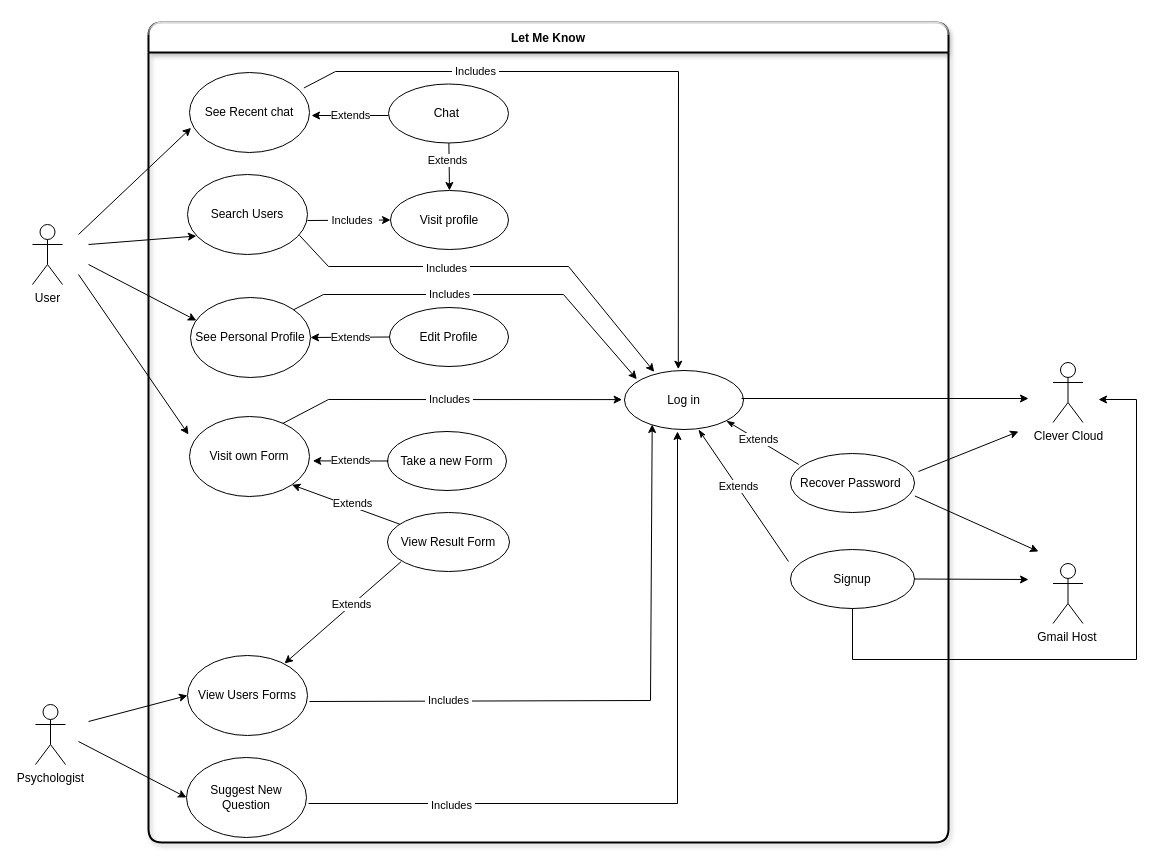
projectISPW/sonarCloudTest keeps this draw.io diagram as Deliverables/Diagrams/UCDiagramFra.drawio. Above is the earlier version. Source tidied: cells renumbered, new cells numbered last; positions are measured from the earlier drawing's top-left corner, leaving out a move shared by most shapes. Both pictures are drawn from the tidied source at 100%, with x=0, y=0 at pixel (32, 22).
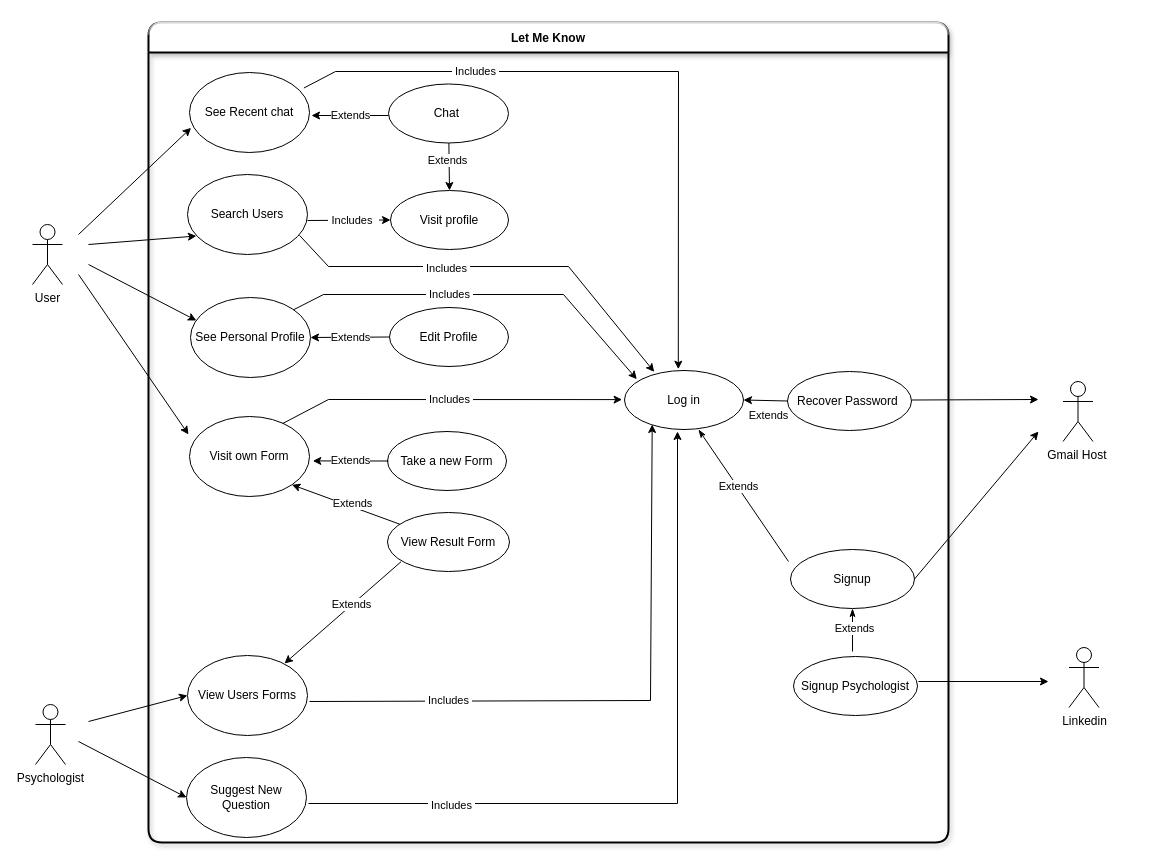
The same diagram, later.

The change refers to these unchanged cells:
```xml
<mxCell id="2" value="Let Me Know" style="swimlane;startSize=30;perimeterSpacing=6;swimlaneFillColor=none;rounded=1;shadow=1;glass=1;sketch=0;strokeWidth=2;" parent="1" vertex="1">
  <mxGeometry x="116" width="800" height="820" as="geometry" />
</mxCell>
<mxCell id="13" value="Log in" style="ellipse;whiteSpace=wrap;html=1;" parent="1" vertex="1">
  <mxGeometry x="592" y="348" width="119" height="59" as="geometry" />
</mxCell>
<mxCell id="14" value="Signup" style="ellipse;whiteSpace=wrap;html=1;" parent="1" vertex="1">
  <mxGeometry x="758" y="527" width="124" height="59" as="geometry" />
</mxCell>
```

The edit, as a diff of the source:
```diff
@@
+    <mxCell id="15" value="Recover Password&amp;nbsp;" style="ellipse;whiteSpace=wrap;html=1;" parent="2" vertex="1">
+      <mxGeometry x="639" y="349" width="124" height="59" as="geometry" />
+    </mxCell>
+    <mxCell id="55" style="endArrow=classic;html=1;rounded=0;" parent="2" edge="1">
+      <mxGeometry relative="1" as="geometry">
+        <mxPoint x="770" y="659" as="sourcePoint" />
+        <mxPoint x="900" y="659" as="targetPoint" />
+      </mxGeometry>
+    </mxCell>
@@
-    <mxCell id="15" value="Recover Password&amp;nbsp;" style="ellipse;whiteSpace=wrap;html=1;" parent="1" vertex="1">
-      <mxGeometry x="758" y="431" width="124" height="59" as="geometry" />
-    </mxCell>
@@
-    <mxCell id="44" style="endArrow=none;html=1;rounded=0;labelBackgroundColor=#FFFFFF;entryX=0.067;entryY=0.186;entryDx=0;entryDy=0;entryPerimeter=0;exitX=1;exitY=1;exitDx=0;exitDy=0;startArrow=classicThin;startFill=1;endFill=0;" parent="1" edge="1" source="13" target="15">
-      <mxGeometry relative="1" as="geometry" />
-    </mxCell>
-    <mxCell id="45" value="Extends" style="edgeLabel;html=1;align=center;verticalAlign=middle;" parent="44" vertex="1">
-      <mxGeometry x="-0.13" y="1" relative="1" as="geometry" />
-    </mxCell>
-    <mxCell id="46" value="Clever Cloud" style="shape=umlActor;verticalLabelPosition=bottom;verticalAlign=top;html=1;" parent="1" vertex="1">
-      <mxGeometry x="1020.5" y="340" width="30" height="60" as="geometry" />
-    </mxCell>
     <mxCell id="47" value="Gmail Host&amp;nbsp;" style="shape=umlActor;verticalLabelPosition=bottom;verticalAlign=top;html=1;" parent="1" vertex="1">
-      <mxGeometry x="1020.5" y="541" width="30" height="60" as="geometry" />
+      <mxGeometry x="1030.5" y="359" width="30" height="60" as="geometry" />
     </mxCell>
@@
-    <mxCell id="50" style="endArrow=classic;html=1;rounded=0;labelBackgroundColor=#FFFFFF;" parent="1" edge="1">
-      <mxGeometry relative="1" as="geometry">
-        <mxPoint x="886" y="449" as="sourcePoint" />
-        <mxPoint x="986" y="409" as="targetPoint" />
-      </mxGeometry>
-    </mxCell>
     <mxCell id="51" style="endArrow=classic;html=1;rounded=0;labelBackgroundColor=#FFFFFF;exitX=1;exitY=0.5;exitDx=0;exitDy=0;" parent="1" edge="1" source="14">
       <mxGeometry relative="1" as="geometry">
-        <mxPoint x="996" y="557" as="targetPoint" />
+        <mxPoint x="1006" y="409" as="targetPoint" />
       </mxGeometry>
     </mxCell>
-    <mxCell id="52" style="endArrow=classic;html=1;rounded=0;labelBackgroundColor=#FFFFFF;exitX=0.5;exitY=1;exitDx=0;exitDy=0;" parent="1" edge="1" source="14">
-      <mxGeometry relative="1" as="geometry">
-        <mxPoint x="1066" y="377" as="targetPoint" />
-        <Array as="points">
-          <mxPoint x="820" y="637" />
-          <mxPoint x="1104" y="637" />
-          <mxPoint x="1104" y="377" />
-        </Array>
-      </mxGeometry>
-    </mxCell>
-    <mxCell id="53" style="endArrow=classic;html=1;rounded=0;labelBackgroundColor=#FFFFFF;exitX=1.003;exitY=0.72;exitDx=0;exitDy=0;exitPerimeter=0;" parent="1" edge="1" source="15">
+    <mxCell id="53" style="endArrow=classic;html=1;rounded=0;labelBackgroundColor=#FFFFFF;exitX=1.003;exitY=0.72;exitDx=0;exitDy=0;exitPerimeter=0;" parent="1" edge="1">
       <mxGeometry relative="1" as="geometry">
-        <mxPoint x="1006" y="529" as="targetPoint" />
+        <mxPoint x="879.4" y="377.5" as="sourcePoint" />
+        <mxPoint x="1006" y="377" as="targetPoint" />
       </mxGeometry>
     </mxCell>
-    <mxCell id="54" style="endArrow=classic;html=1;rounded=0;labelBackgroundColor=#FFFFFF;" parent="1" edge="1">
-      <mxGeometry relative="1" as="geometry">
-        <mxPoint x="709" y="376" as="sourcePoint" />
-        <mxPoint x="996" y="376" as="targetPoint" />
-      </mxGeometry>
-    </mxCell>
+    <mxCell id="56" style="endArrow=classic;html=1;rounded=0;entryX=1;entryY=0.5;entryDx=0;entryDy=0;exitX=0;exitY=0.5;exitDx=0;exitDy=0;" parent="1" edge="1" source="15" target="13">
+      <mxGeometry relative="1" as="geometry" />
+    </mxCell>
+    <mxCell id="57" value="Extends" style="edgeLabel;html=1;align=center;verticalAlign=middle;" parent="1" vertex="1">
+      <mxGeometry x="735.3" y="392.3" as="geometry" />
+    </mxCell>
+    <mxCell id="58" value="Signup&amp;nbsp;&lt;span&gt;Psychologist&lt;/span&gt;" style="ellipse;whiteSpace=wrap;html=1;" parent="1" vertex="1">
+      <mxGeometry x="761" y="634" width="124" height="59" as="geometry" />
+    </mxCell>
+    <mxCell id="59" style="endArrow=none;html=1;rounded=0;labelBackgroundColor=#FFFFFF;exitX=0.5;exitY=1;exitDx=0;exitDy=0;startArrow=classicThin;startFill=1;endFill=0;" parent="1" edge="1" source="14">
+      <mxGeometry relative="1" as="geometry">
+        <mxPoint x="820" y="629" as="targetPoint" />
+      </mxGeometry>
+    </mxCell>
+    <mxCell id="60" value="Extends" style="edgeLabel;html=1;align=center;verticalAlign=middle;" parent="59" vertex="1">
+      <mxGeometry x="-0.13" y="1" relative="1" as="geometry" />
+    </mxCell>
+    <mxCell id="61" value="Linkedin" style="shape=umlActor;verticalLabelPosition=bottom;verticalAlign=top;html=1;" parent="1" vertex="1">
+      <mxGeometry x="1036.5" y="625" width="30" height="60" as="geometry" />
+    </mxCell>
```
